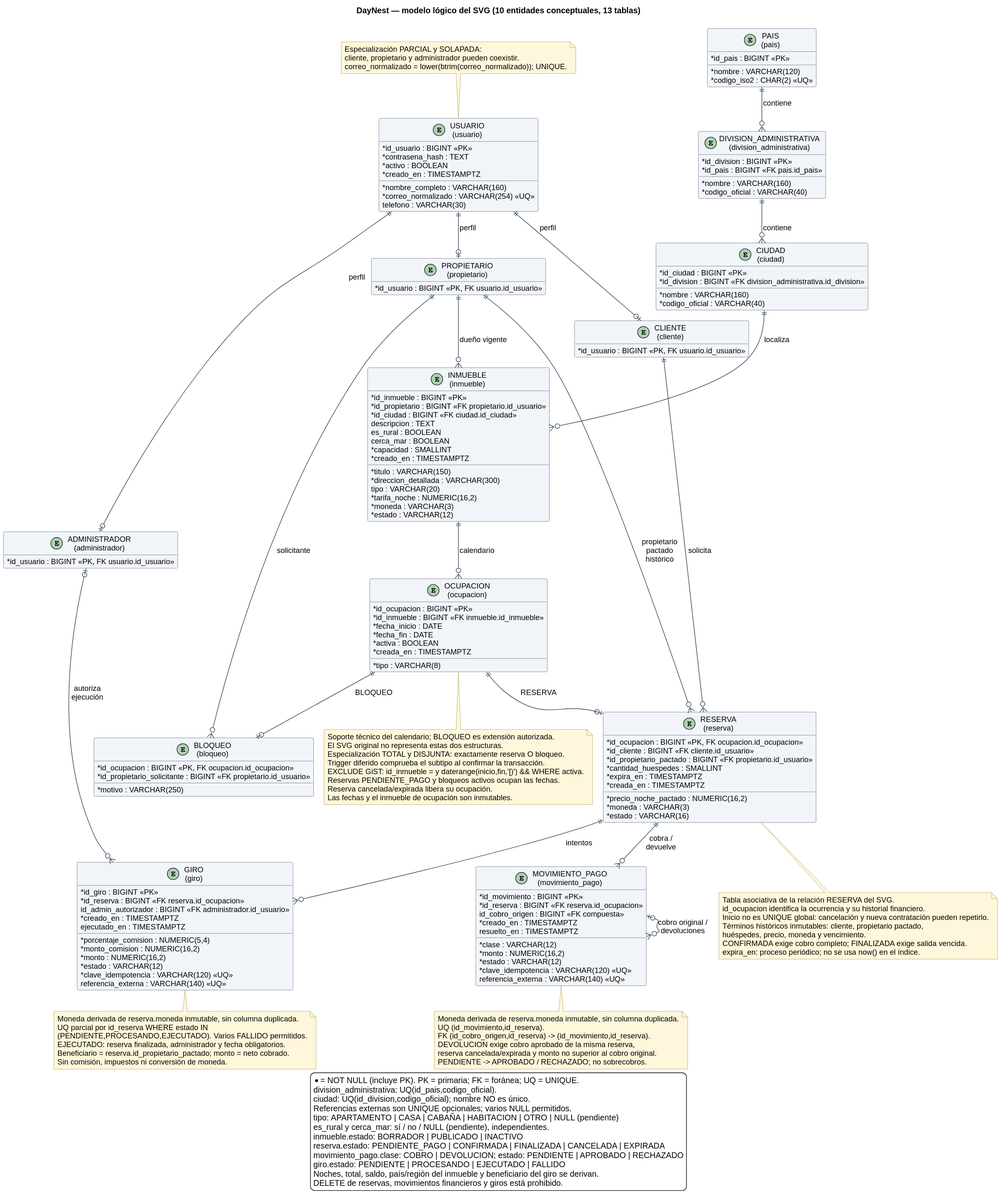
Above: docs/diagramas/01_entidad_relacion.svg in Davidjp11p07/DayNest (PlantUML), before the change.
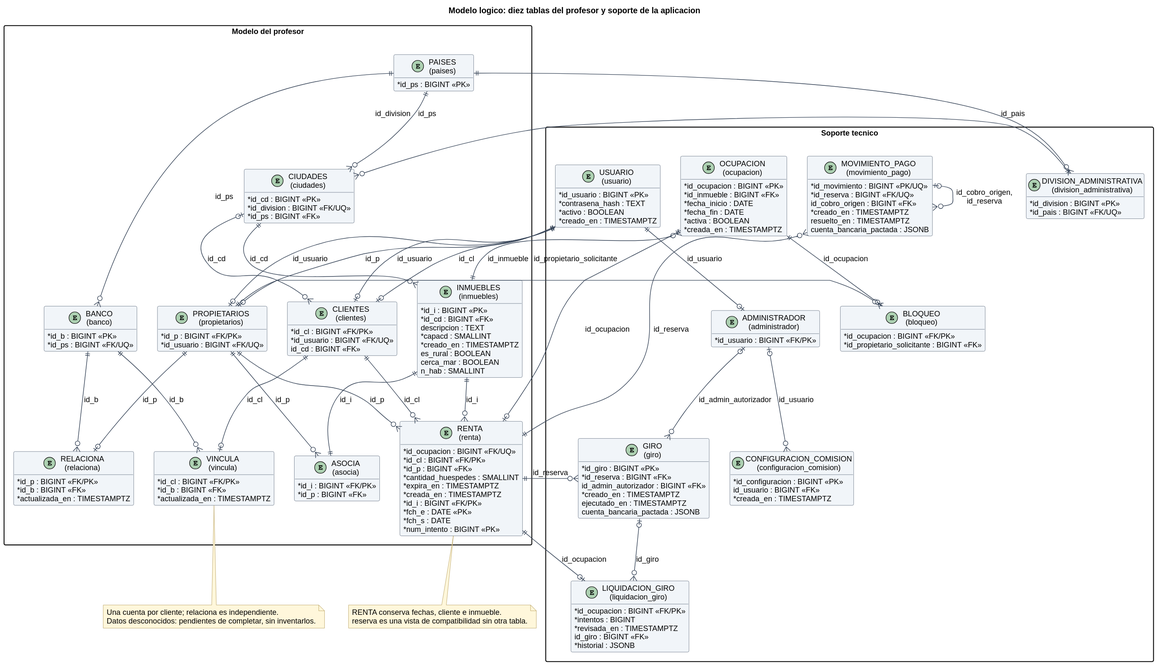
After the change.

Change to the diagram source:
```diff
@@ -1,6 +1,160 @@
 @startuml
+skinparamlocked metana null
 !include estilo.iuml
-title DayNest — modelo lógico del SVG (10 entidades conceptuales, 13 tablas)
+title Modelo logico: diez tablas del profesor y soporte de la aplicacion
+hide methods
+package "Modelo del profesor" {
+entity "PROPIETARIOS\n(propietarios)" as propietarios {
+  * id_p : BIGINT <<FK/PK>>
+  * id_usuario : BIGINT <<FK/UQ>>
+  * nom_p : VARCHAR(160)
+  * emai_p : VARCHAR(254)
+  tel_p : VARCHAR(30)
+}
+entity "INMUEBLES\n(inmuebles)" as inmuebles {
+  * id_i : BIGINT <<PK>>
+  * id_cd : BIGINT <<FK>>
+  * titulo : VARCHAR(150)
+  descripcion : TEXT
+  * dir_i : VARCHAR(300)
+  tipo : VARCHAR(20)
+  * capacd : SMALLINT
+  * moneda : VARCHAR(3)
+  * estado : VARCHAR(12)
+  * creado_en : TIMESTAMPTZ
+  es_rural : BOOLEAN
+  cerca_mar : BOOLEAN
+  area : NUMERIC(12,2)
+  n_hab : SMALLINT
+}
+entity "CIUDADES\n(ciudades)" as ciudades {
+  * id_cd : BIGINT <<PK>>
+  * id_division : BIGINT <<FK/UQ>>
+  * nom_cd : VARCHAR(160)
+  * codigo_oficial : VARCHAR(40) <<UQ>>
+  * id_ps : BIGINT <<FK>>
+}
+entity "PAISES\n(paises)" as paises {
+  * id_ps : BIGINT <<PK>>
+  * nom_ps : VARCHAR(120)
+  * codigo_iso2 : CHARACTER(2) <<UQ>>
+}
+entity "BANCO\n(banco)" as banco {
+  * id_b : BIGINT <<PK>>
+  * nom_b : VARCHAR(160) <<UQ>>
+  * id_ps : BIGINT <<FK/UQ>>
+}
+entity "CLIENTES\n(clientes)" as clientes {
+  * id_cl : BIGINT <<FK/PK>>
+  * id_usuario : BIGINT <<FK/UQ>>
+  * nom_cl : VARCHAR(160)
+  * emai_cl : VARCHAR(254)
+  tel_cl : VARCHAR(30)
+  id_cd : BIGINT <<FK>>
+}
+entity "ASOCIA\n(asocia)" as asocia {
+  * id_i : BIGINT <<FK/PK>>
+  * id_p : BIGINT <<FK>>
+  * prec_nch : NUMERIC(16,2)
+}
+entity "RELACIONA\n(relaciona)" as relaciona {
+  * id_p : BIGINT <<FK/PK>>
+  * id_b : BIGINT <<FK>>
+  * num_cta : VARCHAR(34)
+  * tipo_cta : VARCHAR(12)
+  * actualizada_en : TIMESTAMPTZ
+}
+entity "VINCULA\n(vincula)" as vincula {
+  * id_cl : BIGINT <<FK/PK>>
+  * id_b : BIGINT <<FK>>
+  * num_cta : VARCHAR(34)
+  * tipo_cta : VARCHAR(12)
+  * actualizada_en : TIMESTAMPTZ
+}
+entity "RENTA\n(renta)" as renta {
+  * id_ocupacion : BIGINT <<FK/UQ>>
+  * id_cl : BIGINT <<FK/PK>>
+  * id_p : BIGINT <<FK>>
+  * cantidad_huespedes : SMALLINT
+  * precio_noche_pactado : NUMERIC(16,2)
+  * moneda : VARCHAR(3)
+  * estado : VARCHAR(16)
+  * expira_en : TIMESTAMPTZ
+  * creada_en : TIMESTAMPTZ
+  * id_i : BIGINT <<FK/PK>>
+  * fch_e : DATE <<PK>>
+  * fch_s : DATE
+  * num_intento : BIGINT <<PK>>
+  porcentaje_comision : NUMERIC(5,4)
+}
+}
+package "Soporte tecnico" {
+entity "ADMINISTRADOR\n(administrador)" as administrador {
+  * id_usuario : BIGINT <<FK/PK>>
+}
+entity "BLOQUEO\n(bloqueo)" as bloqueo {
+  * id_ocupacion : BIGINT <<FK/PK>>
+  * id_propietario_solicitante : BIGINT <<FK>>
+  * motivo : VARCHAR(250)
+}
+entity "CONFIGURACION_COMISION\n(configuracion_comision)" as configuracion_comision {
+  * id_configuracion : BIGINT <<PK>>
+  * porcentaje : NUMERIC(5,4)
+  id_usuario : BIGINT <<FK>>
+  * creada_en : TIMESTAMPTZ
+}
+entity "DIVISION_ADMINISTRATIVA\n(division_administrativa)" as division_administrativa {
+  * id_division : BIGINT <<PK>>
+  * id_pais : BIGINT <<FK/UQ>>
+  * nombre : VARCHAR(160)
+  * codigo_oficial : VARCHAR(40) <<UQ>>
+}
+entity "GIRO\n(giro)" as giro {
+  * id_giro : BIGINT <<PK>>
+  * id_reserva : BIGINT <<FK>>
+  id_admin_autorizador : BIGINT <<FK>>
+  * monto : NUMERIC(16,2)
+  * estado : VARCHAR(12)
+  * clave_idempotencia : VARCHAR(120) <<UQ>>
+  referencia_externa : VARCHAR(140) <<UQ>>
+  * creado_en : TIMESTAMPTZ
+  ejecutado_en : TIMESTAMPTZ
+  * porcentaje_comision : NUMERIC(5,4)
+  * monto_comision : NUMERIC(16,2)
+  cuenta_bancaria_pactada : JSONB
+  * origen_autorizacion : VARCHAR(16)
+}
+entity "LIQUIDACION_GIRO\n(liquidacion_giro)" as liquidacion_giro {
+  * id_ocupacion : BIGINT <<FK/PK>>
+  * estado : VARCHAR(12)
+  * motivo : VARCHAR(300)
+  * intentos : BIGINT
+  * revisada_en : TIMESTAMPTZ
+  id_giro : BIGINT <<FK>>
+  * historial : JSONB
+}
+entity "MOVIMIENTO_PAGO\n(movimiento_pago)" as movimiento_pago {
+  * id_movimiento : BIGINT <<PK/UQ>>
+  * id_reserva : BIGINT <<FK/UQ>>
+  * clase : VARCHAR(12)
+  * monto : NUMERIC(16,2)
+  * estado : VARCHAR(12)
+  id_cobro_origen : BIGINT <<FK>>
+  * clave_idempotencia : VARCHAR(120) <<UQ>>
+  referencia_externa : VARCHAR(140) <<UQ>>
+  * creado_en : TIMESTAMPTZ
+  resuelto_en : TIMESTAMPTZ
+  cuenta_bancaria_pactada : JSONB
+}
+entity "OCUPACION\n(ocupacion)" as ocupacion {
+  * id_ocupacion : BIGINT <<PK>>
+  * id_inmueble : BIGINT <<FK>>
+  * fecha_inicio : DATE
+  * fecha_fin : DATE
+  * tipo : VARCHAR(8)
+  * activa : BOOLEAN
+  * creada_en : TIMESTAMPTZ
+}
 entity "USUARIO\n(usuario)" as usuario {
   * id_usuario : BIGINT <<PK>>
   * nombre_completo : VARCHAR(160)
@@ -10,167 +164,44 @@
   * activo : BOOLEAN
   * creado_en : TIMESTAMPTZ
 }
-entity "CLIENTE\n(cliente)" as cliente {
-  * id_usuario : BIGINT <<PK, FK usuario.id_usuario>>
 }
-entity "PROPIETARIO\n(propietario)" as propietario {
-  * id_usuario : BIGINT <<PK, FK usuario.id_usuario>>
-}
-entity "ADMINISTRADOR\n(administrador)" as administrador {
-  * id_usuario : BIGINT <<PK, FK usuario.id_usuario>>
-}
-entity "PAIS\n(pais)" as pais {
-  * id_pais : BIGINT <<PK>>
-  * nombre : VARCHAR(120)
-  * codigo_iso2 : CHAR(2) <<UQ>>
-}
-entity "DIVISION_ADMINISTRATIVA\n(division_administrativa)" as division_administrativa {
-  * id_division : BIGINT <<PK>>
-  * id_pais : BIGINT <<FK pais.id_pais>>
-  * nombre : VARCHAR(160)
-  * codigo_oficial : VARCHAR(40)
-}
-entity "CIUDAD\n(ciudad)" as ciudad {
-  * id_ciudad : BIGINT <<PK>>
-  * id_division : BIGINT <<FK division_administrativa.id_division>>
-  * nombre : VARCHAR(160)
-  * codigo_oficial : VARCHAR(40)
-}
-entity "INMUEBLE\n(inmueble)" as inmueble {
-  * id_inmueble : BIGINT <<PK>>
-  * id_propietario : BIGINT <<FK propietario.id_usuario>>
-  * id_ciudad : BIGINT <<FK ciudad.id_ciudad>>
-  * titulo : VARCHAR(150)
-  descripcion : TEXT
-  * direccion_detallada : VARCHAR(300)
-  tipo : VARCHAR(20)
-  es_rural : BOOLEAN
-  cerca_mar : BOOLEAN
-  * capacidad : SMALLINT
-  * tarifa_noche : NUMERIC(16,2)
-  * moneda : VARCHAR(3)
-  * estado : VARCHAR(12)
-  * creado_en : TIMESTAMPTZ
-}
-entity "OCUPACION\n(ocupacion)" as ocupacion {
-  * id_ocupacion : BIGINT <<PK>>
-  * id_inmueble : BIGINT <<FK inmueble.id_inmueble>>
-  * fecha_inicio : DATE
-  * fecha_fin : DATE
-  * tipo : VARCHAR(8)
-  * activa : BOOLEAN
-  * creada_en : TIMESTAMPTZ
-}
-entity "RESERVA\n(reserva)" as reserva {
-  * id_ocupacion : BIGINT <<PK, FK ocupacion.id_ocupacion>>
-  * id_cliente : BIGINT <<FK cliente.id_usuario>>
-  * id_propietario_pactado : BIGINT <<FK propietario.id_usuario>>
-  * cantidad_huespedes : SMALLINT
-  * precio_noche_pactado : NUMERIC(16,2)
-  * moneda : VARCHAR(3)
-  * estado : VARCHAR(16)
-  * expira_en : TIMESTAMPTZ
-  * creada_en : TIMESTAMPTZ
-}
-entity "BLOQUEO\n(bloqueo)" as bloqueo {
-  * id_ocupacion : BIGINT <<PK, FK ocupacion.id_ocupacion>>
-  * id_propietario_solicitante : BIGINT <<FK propietario.id_usuario>>
-  * motivo : VARCHAR(250)
-}
-entity "MOVIMIENTO_PAGO\n(movimiento_pago)" as movimiento_pago {
-  * id_movimiento : BIGINT <<PK>>
-  * id_reserva : BIGINT <<FK reserva.id_ocupacion>>
-  * clase : VARCHAR(12)
-  * monto : NUMERIC(16,2)
-  * estado : VARCHAR(12)
-  id_cobro_origen : BIGINT <<FK compuesta>>
-  * clave_idempotencia : VARCHAR(120) <<UQ>>
-  referencia_externa : VARCHAR(140) <<UQ>>
-  * creado_en : TIMESTAMPTZ
-  resuelto_en : TIMESTAMPTZ
-}
-entity "GIRO\n(giro)" as giro {
-  * porcentaje_comision : NUMERIC(5,4)
-  * monto_comision : NUMERIC(16,2)
-  * id_giro : BIGINT <<PK>>
-  * id_reserva : BIGINT <<FK reserva.id_ocupacion>>
-  id_admin_autorizador : BIGINT <<FK administrador.id_usuario>>
-  * monto : NUMERIC(16,2)
-  * estado : VARCHAR(12)
-  * clave_idempotencia : VARCHAR(120) <<UQ>>
-  referencia_externa : VARCHAR(140) <<UQ>>
-  * creado_en : TIMESTAMPTZ
-  ejecutado_en : TIMESTAMPTZ
-}
-usuario ||--o| cliente : perfil
-usuario ||--o| propietario : perfil
-usuario ||--o| administrador : perfil
-pais ||--o{ division_administrativa : contiene
-division_administrativa ||--o{ ciudad : contiene
-ciudad ||--o{ inmueble : localiza
-propietario ||--o{ inmueble : dueño vigente
-inmueble ||--o{ ocupacion : calendario
-ocupacion ||--o| reserva : RESERVA
-ocupacion ||--o| bloqueo : BLOQUEO
-cliente ||--o{ reserva : solicita
-propietario ||--o{ reserva : propietario pactado histórico
-propietario ||--o{ bloqueo : solicitante
-reserva ||--o{ movimiento_pago : cobra / devuelve
-movimiento_pago |o--o{ movimiento_pago : cobro original / devoluciones
-reserva ||--o{ giro : intentos
-administrador |o--o{ giro : autoriza ejecución
-note top of usuario
-  Especialización PARCIAL y SOLAPADA:
-  cliente, propietario y administrador pueden coexistir.
-  correo_normalizado = lower(btrim(correo_normalizado)); UNIQUE.
+usuario ||--o| administrador : id_usuario
+inmuebles ||--|| asocia : id_i
+propietarios ||--o{ asocia : id_p
+paises ||--o{ banco : id_ps
+ocupacion ||--o| bloqueo : id_ocupacion
+propietarios ||--o{ bloqueo : id_propietario_solicitante
+division_administrativa ||--o{ ciudades : id_division
+paises ||--o{ ciudades : id_ps
+ciudades |o--o{ clientes : id_cd
+usuario ||--o| clientes : id_cl
+usuario ||--o| clientes : id_usuario
+administrador |o--o{ configuracion_comision : id_usuario
+paises ||--o{ division_administrativa : id_pais
+movimiento_pago |o--o{ movimiento_pago : id_cobro_origen, id_reserva
+administrador |o--o{ giro : id_admin_autorizador
+renta ||--o{ giro : id_reserva
+ciudades ||--o{ inmuebles : id_cd
+giro |o--o{ liquidacion_giro : id_giro
+renta ||--o| liquidacion_giro : id_ocupacion
+renta ||--o{ movimiento_pago : id_reserva
+inmuebles ||--o{ ocupacion : id_inmueble
+usuario ||--o| propietarios : id_p
+usuario ||--o| propietarios : id_usuario
+banco ||--o{ relaciona : id_b
+propietarios ||--o| relaciona : id_p
+inmuebles ||--o{ renta : id_i
+clientes ||--o{ renta : id_cl
+ocupacion ||--o| renta : id_ocupacion
+propietarios ||--o{ renta : id_p
+banco ||--o{ vincula : id_b
+clientes ||--o| vincula : id_cl
+note bottom of renta
+  RENTA conserva fechas, cliente e inmueble.
+  reserva es una vista de compatibilidad sin otra tabla.
 end note
-note bottom of ocupacion
-  Soporte técnico del calendario; BLOQUEO es extensión autorizada.
-  El SVG original no representa estas dos estructuras.
-  Especialización TOTAL y DISJUNTA: exactamente reserva O bloqueo.
-  Trigger diferido comprueba el subtipo al confirmar la transacción.
-  EXCLUDE GiST: id_inmueble = y daterange(inicio,fin,'[)') && WHERE activa.
-  Reservas PENDIENTE_PAGO y bloqueos activos ocupan las fechas.
-  Reserva cancelada/expirada libera su ocupación.
-  Las fechas y el inmueble de ocupación son inmutables.
+note bottom of vincula
+  Una cuenta por cliente; relaciona es independiente.
+  Datos desconocidos: pendientes de completar, sin inventarlos.
 end note
-note bottom of reserva
-  Tabla asociativa de la relación RESERVA del SVG.
-  id_ocupacion identifica la ocurrencia y su historial financiero.
-  Inicio no es UNIQUE global: cancelación y nueva contratación pueden repetirlo.
-  Términos históricos inmutables: cliente, propietario pactado,
-  huéspedes, precio, moneda y vencimiento.
-  CONFIRMADA exige cobro completo; FINALIZADA exige salida vencida.
-  expira_en: proceso periódico; no se usa now() en el índice.
-end note
-note bottom of movimiento_pago
-  Moneda derivada de reserva.moneda inmutable, sin columna duplicada.
-  UQ (id_movimiento,id_reserva).
-  FK (id_cobro_origen,id_reserva) -> (id_movimiento,id_reserva).
-  DEVOLUCION exige cobro aprobado de la misma reserva,
-  reserva cancelada/expirada y monto no superior al cobro original.
-  PENDIENTE -> APROBADO / RECHAZADO; no sobrecobros.
-end note
-note bottom of giro
-  Moneda derivada de reserva.moneda inmutable, sin columna duplicada.
-  UQ parcial por id_reserva WHERE estado IN
-  (PENDIENTE,PROCESANDO,EJECUTADO). Varios FALLIDO permitidos.
-  EJECUTADO: reserva finalizada, administrador y fecha obligatorios.
-  Beneficiario = reserva.id_propietario_pactado; monto = neto cobrado.
-  Sin comisión, impuestos ni conversión de moneda.
-end note
-legend bottom
-  * = NOT NULL (incluye PK). PK = primaria; FK = foránea; UQ = UNIQUE.
-  division_administrativa: UQ(id_pais,codigo_oficial).
-  ciudad: UQ(id_division,codigo_oficial); nombre NO es único.
-  Referencias externas son UNIQUE opcionales; varios NULL permitidos.
-  tipo: APARTAMENTO | CASA | CABAÑA | HABITACION | OTRO | NULL (pendiente)
-  es_rural y cerca_mar: sí / no / NULL (pendiente), independientes.
-  inmueble.estado: BORRADOR | PUBLICADO | INACTIVO
-  reserva.estado: PENDIENTE_PAGO | CONFIRMADA | FINALIZADA | CANCELADA | EXPIRADA
-  movimiento_pago.clase: COBRO | DEVOLUCION; estado: PENDIENTE | APROBADO | RECHAZADO
-  giro.estado: PENDIENTE | PROCESANDO | EJECUTADO | FALLIDO
-  Noches, total, saldo, país/región del inmueble y beneficiario del giro se derivan.
-  DELETE de reservas, movimientos financieros y giros está prohibido.
-endlegend
 @enduml
```
